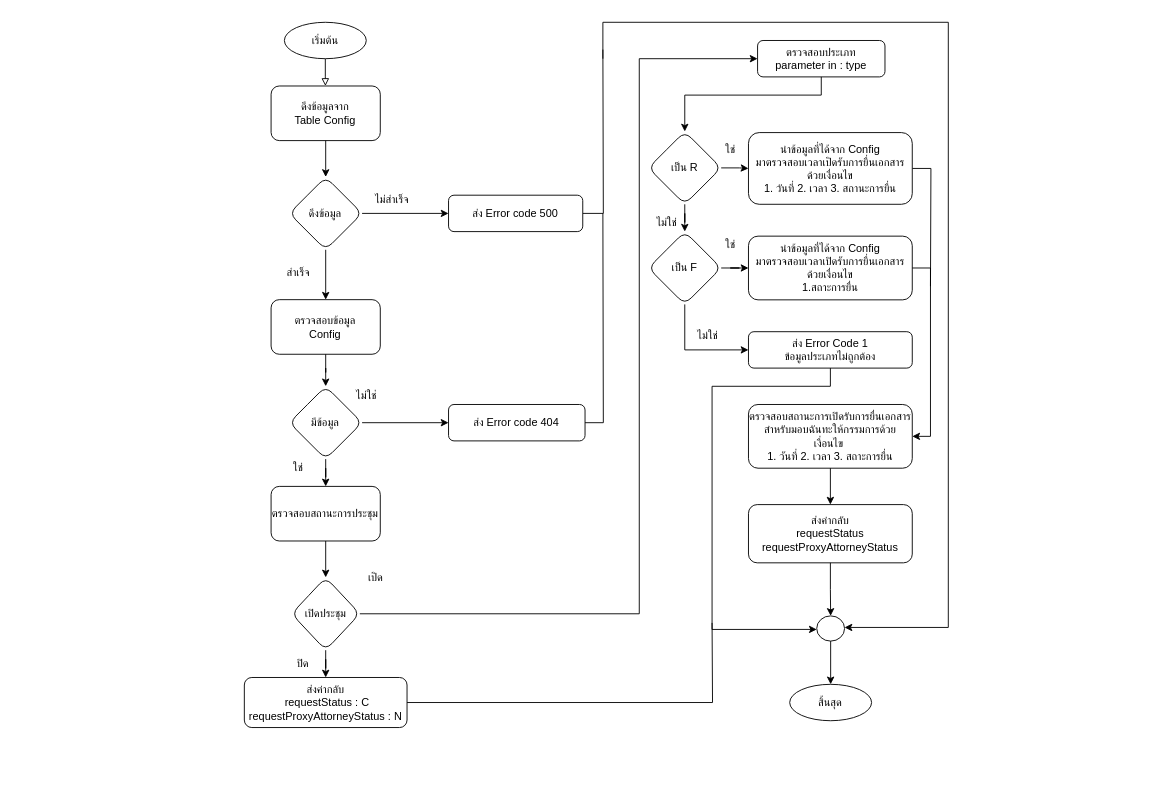
charifrodmanee/charifrodmanee keeps this draw.io diagram as checkRequest.drawio. Above is the earlier version. Source tidied: cells renumbered, new cells numbered last; positions are measured from the earlier drawing's top-left corner, leaving out a move shared by most shapes. Both pictures are drawn from the tidied source at 91%, with x=0, y=0 at pixel (244, 22).
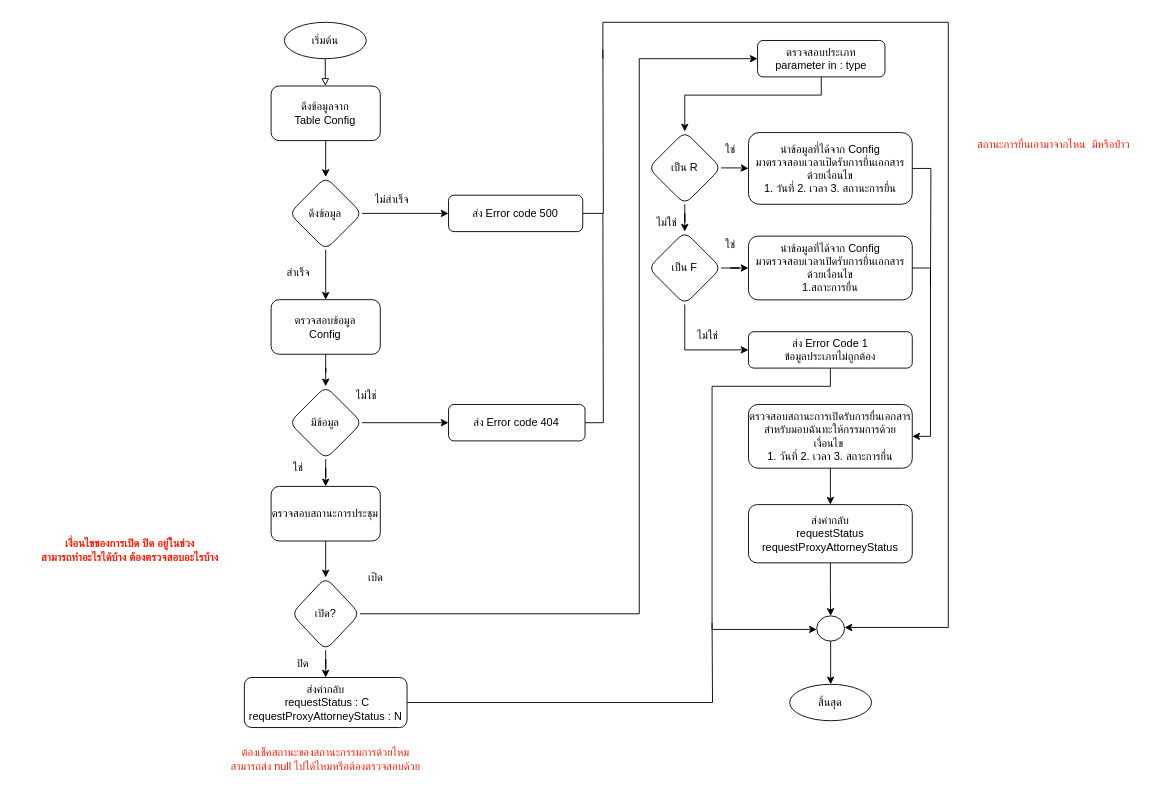
Above is the later version.

The edit, as a diff of the source:
```diff
@@
-    <mxCell id="51" value="เปิดประชุม" style="rhombus;whiteSpace=wrap;html=1;rounded=1;glass=0;strokeWidth=1;shadow=0;" parent="1" vertex="1">
+    <mxCell id="51" value="เปิด?" style="rhombus;whiteSpace=wrap;html=1;rounded=1;glass=0;strokeWidth=1;shadow=0;" parent="1" vertex="1">
       <mxGeometry x="51.9" y="610" width="75" height="80" as="geometry" />
     </mxCell>
@@
+    <mxCell id="58" value="&lt;font color=&quot;#ff1c03&quot;&gt;&lt;b&gt;เงื่อนไขของการเปิด ปิด อยู่ในช่วง &lt;br&gt;สามารถทำอะไรได้บ้าง ต้องตรวจสอบอะไรบ้าง&lt;/b&gt;&lt;/font&gt;" style="text;html=1;align=center;verticalAlign=middle;strokeColor=none;fillColor=none;" parent="1" vertex="1">
+      <mxGeometry x="-251" y="560" width="250" height="40" as="geometry" />
+    </mxCell>
+    <mxCell id="59" value="ต้องเช็คสถานะของสถานะกรรมการด้วยไหม &lt;br&gt;สามารถส่ง null ไปได้ไหมหรือต้องตรวจสอบด้วย" style="text;html=1;align=center;verticalAlign=middle;strokeColor=none;fillColor=none;fontColor=#FF1C03;" parent="1" vertex="1">
+      <mxGeometry x="-41" y="790" width="260" height="40" as="geometry" />
+    </mxCell>
+    <mxCell id="60" value="สถานะการยื่นเอามาจากไหน&amp;nbsp; มีหรือป่าว" style="text;html=1;align=center;verticalAlign=middle;strokeColor=none;fillColor=none;fontColor=#FF1C03;" parent="1" vertex="1">
+      <mxGeometry x="779" y="120" width="220" height="30" as="geometry" />
+    </mxCell>
```
